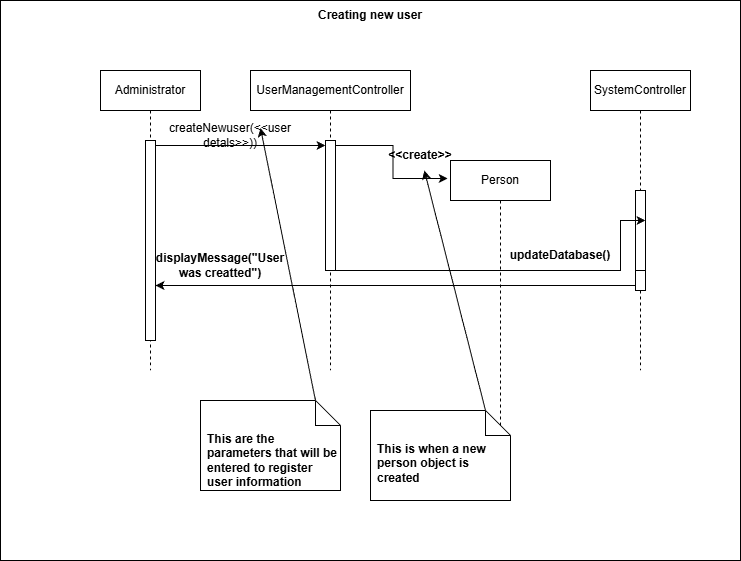
Earlier version of the draw.io export Week7/create sequence.png (John34263/Hospital-Administration-System). Source tidied: cells renumbered, new cells last; positions are measured from the earlier drawing's top-left corner, leaving out a move shared by most shapes.
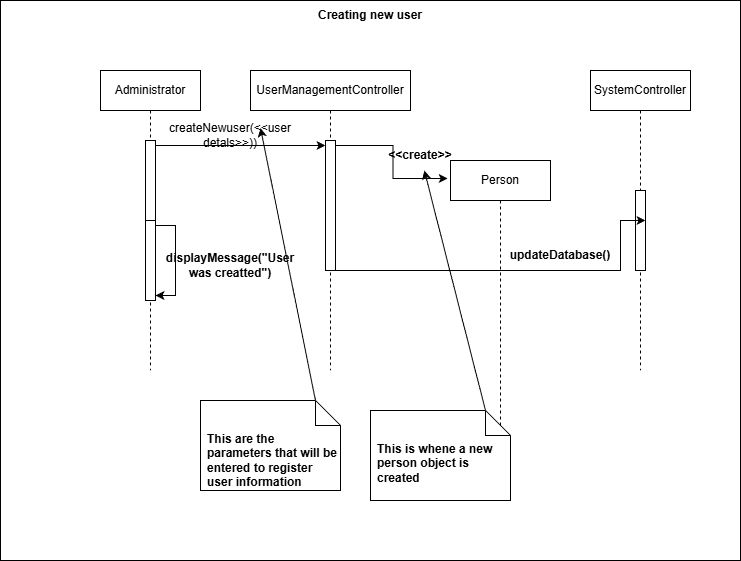
The same file after the commit.

What changed in the source:
```diff
@@ -9,8 +9,14 @@
       <mxGeometry x="100" y="70" width="100" height="300" as="geometry" />
     </mxCell>
     <mxCell id="4" style="html=1;points=[[0,0,0,0,5],[0,1,0,0,-5],[1,0,0,0,5],[1,1,0,0,-5]];perimeter=orthogonalPerimeter;outlineConnect=0;targetShapes=umlLifeline;portConstraint=eastwest;newEdgeStyle={&quot;curved&quot;:0,&quot;rounded&quot;:0};" parent="3" vertex="1">
-      <mxGeometry x="45" y="70" width="10" height="200" as="geometry" />
+      <mxGeometry x="45" y="70" width="10" height="80" as="geometry" />
     </mxCell>
+    <mxCell id="24" style="html=1;points=[[0,0,0,0,5],[0,1,0,0,-5],[1,0,0,0,5],[1,1,0,0,-5]];perimeter=orthogonalPerimeter;outlineConnect=0;targetShapes=umlLifeline;portConstraint=eastwest;newEdgeStyle={&quot;curved&quot;:0,&quot;rounded&quot;:0};" parent="3" vertex="1">
+      <mxGeometry x="45" y="150" width="10" height="80" as="geometry" />
+    </mxCell>
+    <mxCell id="25" style="edgeStyle=orthogonalEdgeStyle;rounded=0;orthogonalLoop=1;jettySize=auto;html=1;curved=0;exitX=1;exitY=0;exitDx=0;exitDy=5;exitPerimeter=0;entryX=1;entryY=1;entryDx=0;entryDy=-5;entryPerimeter=0;" parent="3" edge="1" source="24" target="24">
+      <mxGeometry relative="1" as="geometry" />
+    </mxCell>
     <mxCell id="5" value="UserManagementController" style="shape=umlLifeline;perimeter=lifelinePerimeter;whiteSpace=wrap;html=1;newEdgeStyle={&quot;edgeStyle&quot;:&quot;elbowEdgeStyle&quot;,&quot;elbow&quot;:&quot;vertical&quot;,&quot;curved&quot;:0,&quot;rounded&quot;:0};size=40;" parent="1" vertex="1">
       <mxGeometry x="250" y="70" width="160" height="300" as="geometry" />
     </mxCell>
@@ -23,9 +29,6 @@
     <mxCell id="8" style="html=1;perimeter=orthogonalPerimeter;targetShapes=umlLifeline;newEdgeStyle={&quot;curved&quot;:0,&quot;rounded&quot;:0};" parent="7" vertex="1">
       <mxGeometry x="45" y="120" width="10" height="80" as="geometry" />
     </mxCell>
-    <mxCell id="9" style="html=1;points=[[0,0,0,0,5],[0,1,0,0,-5],[1,0,0,0,5],[1,1,0,0,-5]];perimeter=orthogonalPerimeter;outlineConnect=0;targetShapes=umlLifeline;portConstraint=eastwest;newEdgeStyle={&quot;curved&quot;:0,&quot;rounded&quot;:0};" parent="7" vertex="1">
-      <mxGeometry x="45" y="200" width="10" height="20" as="geometry" />
-    </mxCell>
     <mxCell id="10" style="edgeStyle=orthogonalEdgeStyle;rounded=0;jettySize=auto;html=1;curved=0;exitX=1;exitY=0;exitDx=0;exitDy=5;exitPerimeter=0;entryX=0;entryY=0;entryDx=0;entryDy=5;entryPerimeter=0;horizontal=1;" parent="1" edge="1" source="4" target="6">
       <mxGeometry relative="1" as="geometry" />
     </mxCell>
@@ -47,7 +50,7 @@
     <mxCell id="16" style="rounded=0;jettySize=auto;html=1;exitX=0;exitY=0;exitDx=115;exitDy=0;exitPerimeter=0;" parent="1" edge="1" source="17" target="13">
       <mxGeometry relative="1" as="geometry" />
     </mxCell>
-    <mxCell id="17" value="&lt;b&gt;This is when a new person object is created&lt;/b&gt;" style="shape=note2;boundedLbl=1;whiteSpace=wrap;html=1;size=25;verticalAlign=top;align=left;spacingLeft=5;" parent="1" vertex="1">
+    <mxCell id="17" value="&lt;b&gt;This is whene a new person object is created&lt;/b&gt;" style="shape=note2;boundedLbl=1;whiteSpace=wrap;html=1;size=25;verticalAlign=top;align=left;spacingLeft=5;" parent="1" vertex="1">
       <mxGeometry x="370" y="410" width="140" height="90" as="geometry" />
     </mxCell>
     <mxCell id="18" style="edgeStyle=orthogonalEdgeStyle;rounded=0;orthogonalLoop=1;jettySize=auto;html=1;curved=0;exitX=1;exitY=1;exitDx=0;exitDy=-5;exitPerimeter=0;entryX=1;entryY=1;entryDx=0;entryDy=-5;entryPerimeter=0;" parent="1" edge="1">
@@ -69,16 +72,8 @@
     <mxCell id="21" style="edgeStyle=orthogonalEdgeStyle;rounded=0;jettySize=auto;html=1;curved=0;exitX=1;exitY=0;exitDx=0;exitDy=5;exitPerimeter=0;entryX=-0.028;entryY=0.06;entryDx=0;entryDy=0;entryPerimeter=0;" parent="1" edge="1" source="6" target="12">
       <mxGeometry relative="1" as="geometry" />
     </mxCell>
-    <mxCell id="22" style="edgeStyle=orthogonalEdgeStyle;rounded=0;jettySize=auto;html=1;curved=0;exitX=0;exitY=1;exitDx=0;exitDy=-5;exitPerimeter=0;" parent="1" edge="1" source="9" target="4">
-      <mxGeometry relative="1" as="geometry">
-        <Array as="points">
-          <mxPoint x="270" y="285" />
-          <mxPoint x="270" y="285" />
-        </Array>
-      </mxGeometry>
-    </mxCell>
     <mxCell id="23" value="&lt;b&gt;displayMessage(&quot;User was creatted&quot;)&lt;/b&gt;" style="text;html=1;whiteSpace=wrap;strokeColor=none;fillColor=none;align=center;verticalAlign=middle;rounded=0;" parent="1" vertex="1">
-      <mxGeometry x="190" y="250" width="60" height="30" as="geometry" />
+      <mxGeometry x="200" y="250" width="60" height="30" as="geometry" />
     </mxCell>
   </root>
 </mxGraphModel>
```
